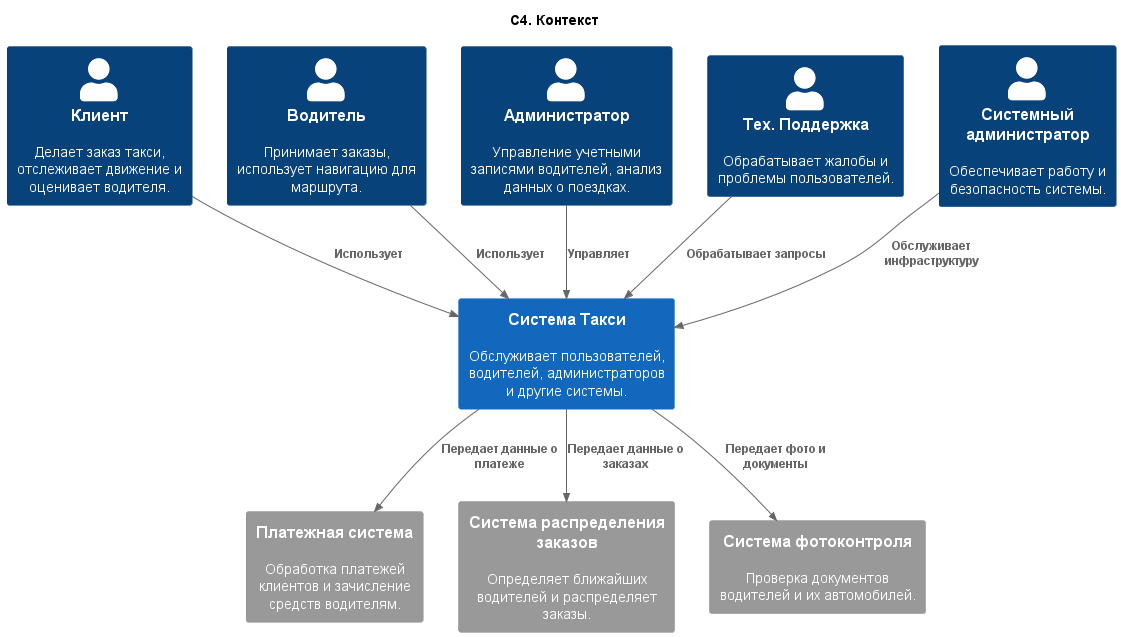
Before: out/2. Технический проект/1_context/context/Диаграмма контекста.png, a diagram exported from PlantUML (den990/PPO). Source of this version:
```plantuml
@startuml Диаграмма контекста
title "C4. Контекст"

!include https://raw.githubusercontent.com/plantuml-stdlib/C4-PlantUML/master/C4_Container.puml
!$ICONURL = "https://raw.githubusercontent.com/tupadr3/plantuml-icon-font-sprites/v3.0.0/icons"
!include $ICONURL/common.puml
!include $ICONURL/devicons/go.puml

Person(client, "Клиент", "Делает заказ такси, отслеживает движение и оценивает водителя.")
Person(driver, "Водитель", "Принимает заказы, использует навигацию для маршрута.")
Person(admin, "Администратор", "Управление учетными записями водителей, анализ данных о поездках.")
Person(support, "Тех. Поддержка", "Обрабатывает жалобы и проблемы пользователей.")
Person(sysadmin, "Системный администратор", "Обеспечивает работу и безопасность системы.")

System(taxiService, "Система Такси", "Обслуживает пользователей, водителей, администраторов и другие системы.")
Rel(client, taxiService, "Использует")
Rel(driver, taxiService, "Использует")
Rel(admin, taxiService, "Управляет")
Rel(support, taxiService, "Обрабатывает запросы")
Rel(sysadmin, taxiService, "Обслуживает инфраструктуру")

System_Ext(paymentSystem, "Платежная система", "Обработка платежей клиентов и зачисление средств водителям.")
Rel(taxiService, paymentSystem, "Передает данные о платеже")

System_Ext(orderSystem, "Система распределения заказов", "Определяет ближайших водителей и распределяет заказы.")
Rel(taxiService, orderSystem, "Передает данные о заказах")

System_Ext(docControl, "Система фотоконтроля", "Проверка документов водителей и их автомобилей.")
Rel(taxiService, docControl, "Передает фото и документы")

@enduml
```
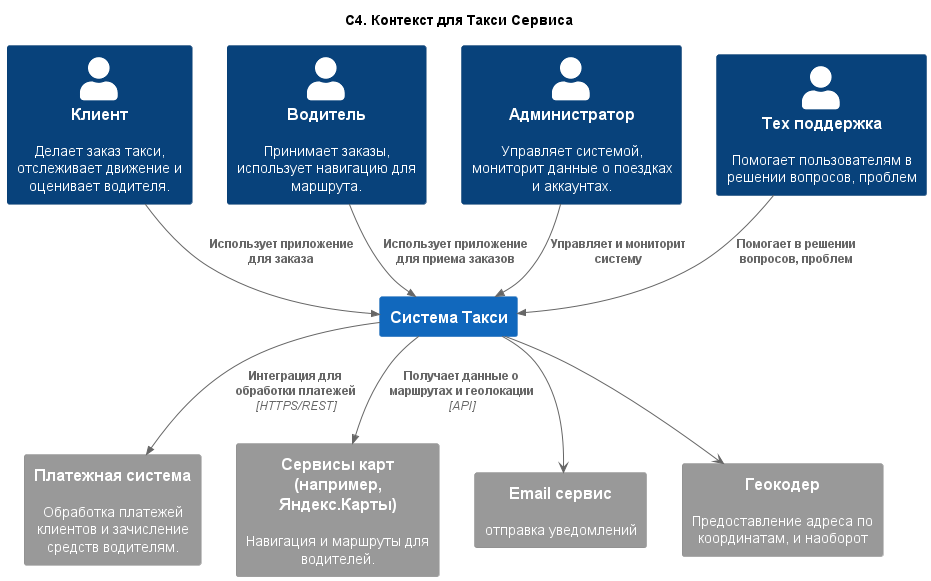
Above is the later version.

Diff of the diagram source:
```diff
@@ -1,5 +1,5 @@
 @startuml Диаграмма контекста
-title "C4. Контекст"
+title "C4. Контекст для Такси Сервиса"
 
 !include https://raw.githubusercontent.com/plantuml-stdlib/C4-PlantUML/master/C4_Container.puml
 !$ICONURL = "https://raw.githubusercontent.com/tupadr3/plantuml-icon-font-sprites/v3.0.0/icons"
@@ -8,24 +8,24 @@
 
 Person(client, "Клиент", "Делает заказ такси, отслеживает движение и оценивает водителя.")
 Person(driver, "Водитель", "Принимает заказы, использует навигацию для маршрута.")
-Person(admin, "Администратор", "Управление учетными записями водителей, анализ данных о поездках.")
-Person(support, "Тех. Поддержка", "Обрабатывает жалобы и проблемы пользователей.")
-Person(sysadmin, "Системный администратор", "Обеспечивает работу и безопасность системы.")
+Person(admin, "Администратор", "Управляет системой, мониторит данные о поездках и аккаунтах.")
+Person(support, "Тех поддержка", "Помогает пользователям в решении вопросов, проблем")
 
-System(taxiService, "Система Такси", "Обслуживает пользователей, водителей, администраторов и другие системы.")
-Rel(client, taxiService, "Использует")
-Rel(driver, taxiService, "Использует")
-Rel(admin, taxiService, "Управляет")
-Rel(support, taxiService, "Обрабатывает запросы")
-Rel(sysadmin, taxiService, "Обслуживает инфраструктуру")
+System(taxiService, "Система Такси", "")
+Rel(client, taxiService, "Использует приложение для заказа")
+Rel(driver, taxiService, "Использует приложение для приема заказов")
+Rel(admin, taxiService, "Управляет и мониторит систему")
+Rel(support, taxiService, "Помогает в решении вопросов, проблем")
 
 System_Ext(paymentSystem, "Платежная система", "Обработка платежей клиентов и зачисление средств водителям.")
-Rel(taxiService, paymentSystem, "Передает данные о платеже")
+Rel(taxiService, paymentSystem, "Интеграция для обработки платежей", "HTTPS/REST")
 
-System_Ext(orderSystem, "Система распределения заказов", "Определяет ближайших водителей и распределяет заказы.")
-Rel(taxiService, orderSystem, "Передает данные о заказах")
+System_Ext(mapService, "Сервисы карт (например, Яндекс.Карты)", "Навигация и маршруты для водителей.")
+Rel(taxiService, mapService, "Получает данные о маршрутах и геолокации", "API")
 
-System_Ext(docControl, "Система фотоконтроля", "Проверка документов водителей и их автомобилей.")
-Rel(taxiService, docControl, "Передает фото и документы")
+System_Ext(email, "Email сервис", "отправка уведомлений")
+taxiService --> email
 
+System_Ext(geocoder, "Геокодер", "Предоставление адреса по координатам, и наоборот")
+taxiService --> geocoder
 @enduml
```
